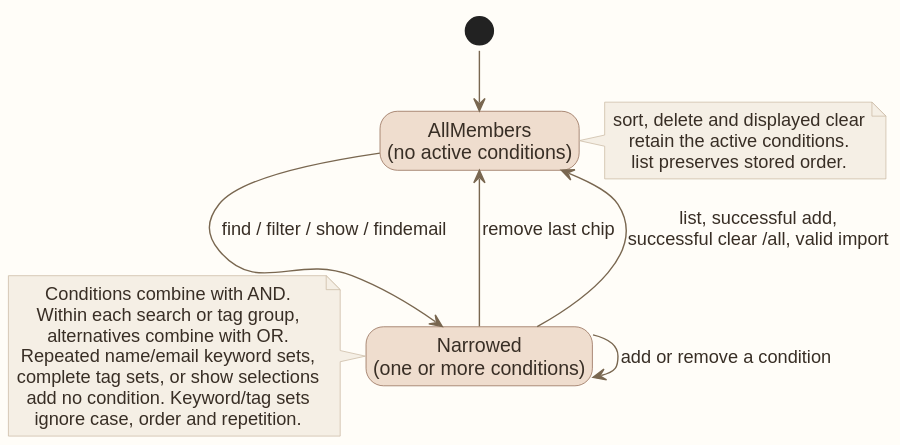
The PlantUML diagram docs/images/FilterLifecycleDiagram.svg in AY2627S1-CS2103T-W12-1/tp, before a commit.
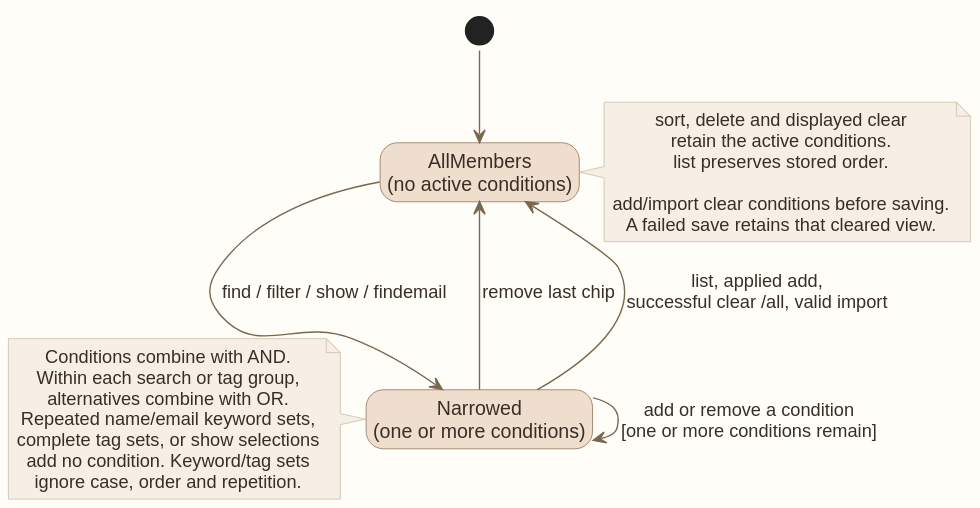
Later version of the same file.

Commit message:
Clarify filter tests and lifecycle transitions

Define repeated filters by complete tag-set identity and separate the
cumulative-search check from independent searches. Include the exact
repeat feedback so manual testers can verify the existing behavior.

Show that applied adds reset filters even when saving fails, and make
the final-chip transition unambiguous in the regenerated diagram.

Change to the diagram source:
```diff
@@ -16,8 +16,8 @@
 
 AllMembers --> Narrowed : find / filter / show / findemail
 Narrowed --> AllMembers : remove last chip
-Narrowed --> AllMembers : list, successful add,\nsuccessful clear /all, valid import
-Narrowed --> Narrowed : add or remove a condition
+Narrowed --> AllMembers : list, applied add,\nsuccessful clear /all, valid import
+Narrowed --> Narrowed : add or remove a condition\n[one or more conditions remain]
 
 note left of Narrowed
 Conditions combine with AND.
@@ -33,5 +33,8 @@
 sort, delete and displayed clear
 retain the active conditions.
 list preserves stored order.
+
+add/import clear conditions before saving.
+A failed save retains that cleared view.
 end note
 @enduml
```
